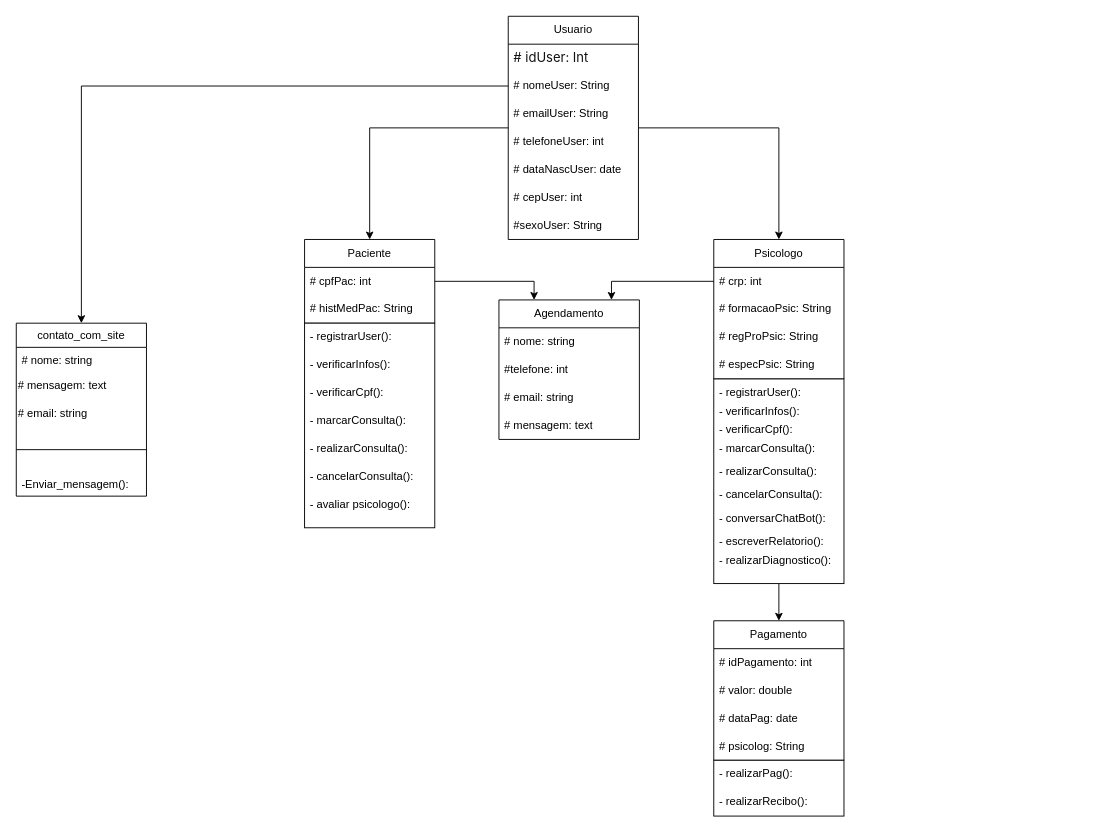
Above: DiagramaDeClasse.drawio in Patadaoikkk/uml (draw.io), before the change. Source tidied: cells renumbered, new cells numbered last; positions are measured from the earlier drawing's top-left corner, leaving out a move shared by most shapes. Both pictures are drawn from the tidied source at 93%, with x=0, y=0 at pixel (16, 16).
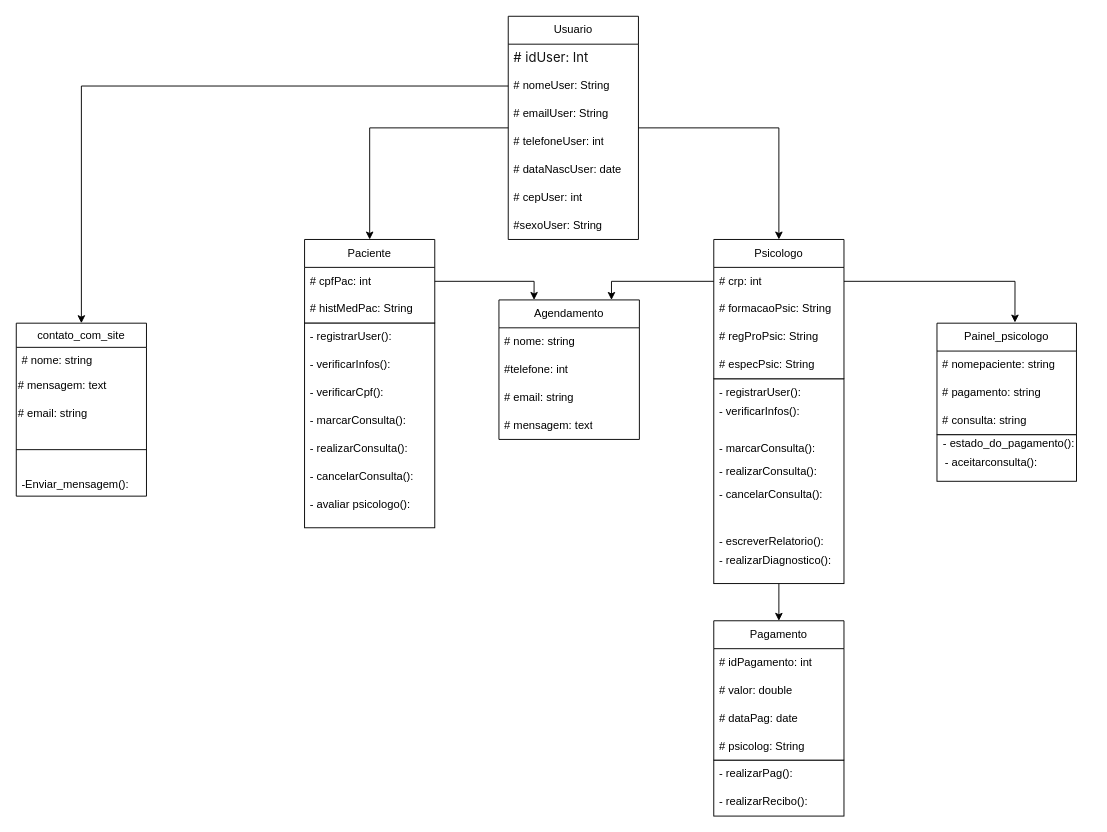
The same page after the edit.

Unchanged cells that the change refers to:
```xml
<mxCell id="23" value="# crp: int" style="text;strokeColor=none;fillColor=none;align=left;verticalAlign=middle;spacingLeft=4;spacingRight=4;overflow=hidden;points=[[0,0.5],[1,0.5]];portConstraint=eastwest;whiteSpace=wrap;html=1;" parent="22" vertex="1">
  <mxGeometry y="30" width="140" height="30" as="geometry" />
</mxCell>
```

Change to the diagram source:
```diff
@@
-    <mxCell id="31" value="- verificarCpf():" style="text;strokeColor=none;fillColor=none;align=left;verticalAlign=middle;spacingLeft=4;spacingRight=4;overflow=hidden;whiteSpace=wrap;html=1;" parent="1" vertex="1">
-      <mxGeometry x="750" y="429.5" width="140" height="30" as="geometry" />
-    </mxCell>
@@
-    <mxCell id="35" value="- conversarChatBot():" style="text;strokeColor=none;fillColor=none;align=left;verticalAlign=middle;spacingLeft=4;spacingRight=4;overflow=hidden;whiteSpace=wrap;html=1;" parent="1" vertex="1">
-      <mxGeometry x="750" y="525" width="140" height="30" as="geometry" />
-    </mxCell>
@@
+    <mxCell id="61" value="Painel_psicologo" style="swimlane;fontStyle=0;horizontal=1;startSize=30;whiteSpace=wrap;html=1;" parent="1" vertex="1">
+      <mxGeometry x="990" y="330" width="150" height="120" as="geometry" />
+    </mxCell>
+    <mxCell id="62" value="# nomepaciente: string" style="text;strokeColor=none;fillColor=none;align=left;verticalAlign=middle;spacingLeft=4;spacingRight=4;overflow=hidden;whiteSpace=wrap;html=1;" parent="61" vertex="1">
+      <mxGeometry y="30" width="150" height="30" as="geometry" />
+    </mxCell>
+    <mxCell id="63" value="# pagamento: string" style="text;strokeColor=none;fillColor=none;align=left;verticalAlign=middle;spacingLeft=4;spacingRight=4;overflow=hidden;whiteSpace=wrap;html=1;" parent="61" vertex="1">
+      <mxGeometry y="60" width="150" height="30" as="geometry" />
+    </mxCell>
+    <mxCell id="64" value="# consulta: string" style="text;strokeColor=none;fillColor=none;align=left;verticalAlign=middle;spacingLeft=4;spacingRight=4;overflow=hidden;whiteSpace=wrap;html=1;" parent="61" vertex="1">
+      <mxGeometry y="90" width="150" height="30" as="geometry" />
+    </mxCell>
+    <mxCell id="65" style="rounded=0;whiteSpace=wrap;html=1;" parent="1" vertex="1">
+      <mxGeometry x="990" y="450" width="150" height="50" as="geometry" />
+    </mxCell>
+    <mxCell id="66" value="- estado_do_pagamento():" style="text;html=1;align=center;verticalAlign=middle;whiteSpace=wrap;rounded=0;" parent="1" vertex="1">
+      <mxGeometry x="980" y="445" width="175" height="30" as="geometry" />
+    </mxCell>
+    <mxCell id="67" value="- aceitarconsulta():" style="text;html=1;align=center;verticalAlign=middle;whiteSpace=wrap;rounded=0;" parent="1" vertex="1">
+      <mxGeometry x="960.5" y="465" width="175" height="30" as="geometry" />
+    </mxCell>
+    <mxCell id="68" style="edgeStyle=orthogonalEdgeStyle;rounded=0;jettySize=auto;html=1;entryX=0.559;entryY=-0.006;entryDx=0;entryDy=0;entryPerimeter=0;" parent="1" edge="1" source="23" target="61">
+      <mxGeometry relative="1" as="geometry" />
+    </mxCell>
```
